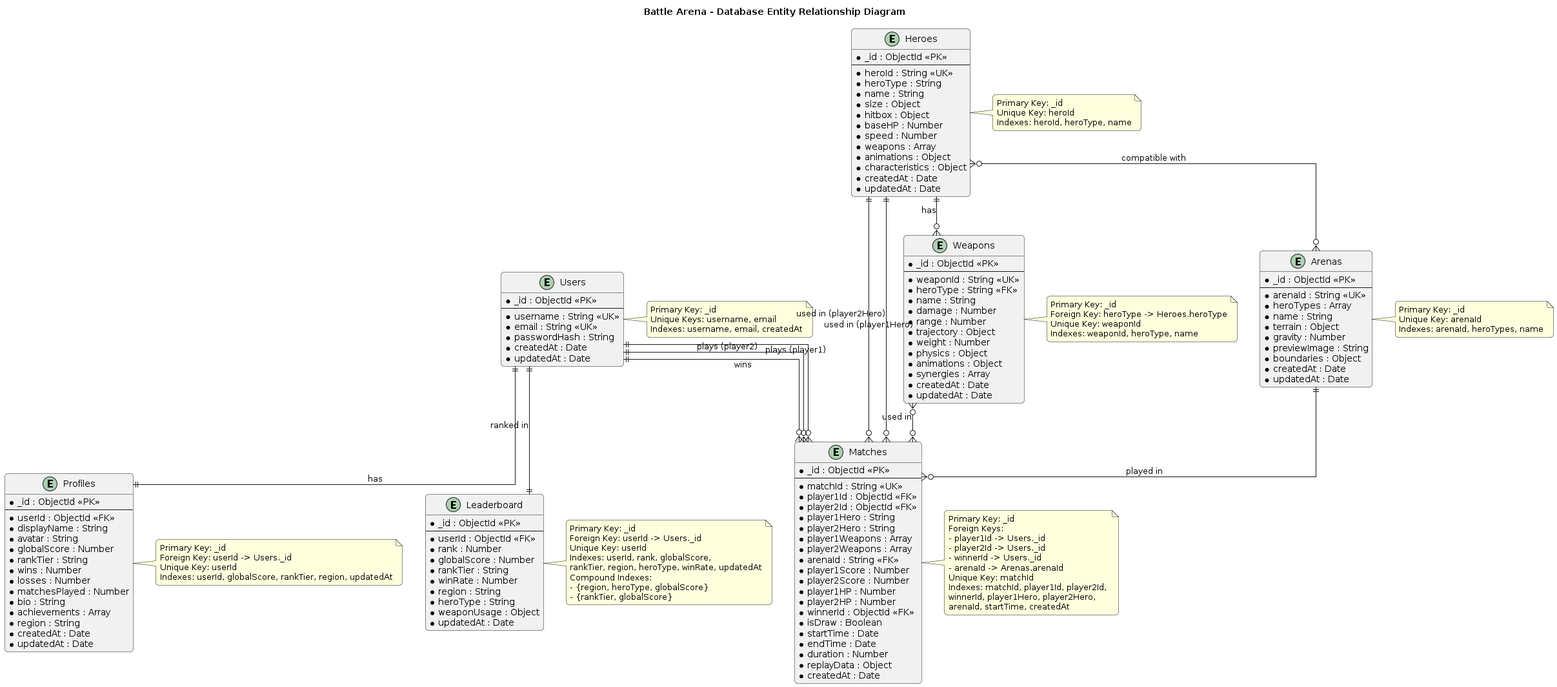
The PlantUML diagram docs/03-DIAGRAMS/exported/er-diagrams/Database ER Diagram.png in Buffden/battle-arena, before a commit. The source it was exported from:
```plantuml
@startuml Database ER Diagram
skinparam linetype ortho
skinparam roundcorner 10
skinparam shadowing false

title Battle Arena - Database Entity Relationship Diagram

entity "Users" as users {
  * _id : ObjectId <<PK>>
  --
  * username : String <<UK>>
  * email : String <<UK>>
  * passwordHash : String
  * createdAt : Date
  * updatedAt : Date
}

entity "Profiles" as profiles {
  * _id : ObjectId <<PK>>
  --
  * userId : ObjectId <<FK>>
  * displayName : String
  * avatar : String
  * globalScore : Number
  * rankTier : String
  * wins : Number
  * losses : Number
  * matchesPlayed : Number
  * bio : String
  * achievements : Array
  * region : String
  * createdAt : Date
  * updatedAt : Date
}

entity "Matches" as matches {
  * _id : ObjectId <<PK>>
  --
  * matchId : String <<UK>>
  * player1Id : ObjectId <<FK>>
  * player2Id : ObjectId <<FK>>
  * player1Hero : String
  * player2Hero : String
  * player1Weapons : Array
  * player2Weapons : Array
  * arenaId : String <<FK>>
  * player1Score : Number
  * player2Score : Number
  * player1HP : Number
  * player2HP : Number
  * winnerId : ObjectId <<FK>>
  * isDraw : Boolean
  * startTime : Date
  * endTime : Date
  * duration : Number
  * replayData : Object
  * createdAt : Date
}

entity "Leaderboard" as leaderboard {
  * _id : ObjectId <<PK>>
  --
  * userId : ObjectId <<FK>>
  * rank : Number
  * globalScore : Number
  * rankTier : String
  * winRate : Number
  * region : String
  * heroType : String
  * weaponUsage : Object
  * updatedAt : Date
}

entity "Heroes" as heroes {
  * _id : ObjectId <<PK>>
  --
  * heroId : String <<UK>>
  * heroType : String
  * name : String
  * size : Object
  * hitbox : Object
  * baseHP : Number
  * speed : Number
  * weapons : Array
  * animations : Object
  * characteristics : Object
  * createdAt : Date
  * updatedAt : Date
}

entity "Weapons" as weapons {
  * _id : ObjectId <<PK>>
  --
  * weaponId : String <<UK>>
  * heroType : String <<FK>>
  * name : String
  * damage : Number
  * range : Number
  * trajectory : Object
  * weight : Number
  * physics : Object
  * animations : Object
  * synergies : Array
  * createdAt : Date
  * updatedAt : Date
}

entity "Arenas" as arenas {
  * _id : ObjectId <<PK>>
  --
  * arenaId : String <<UK>>
  * heroTypes : Array
  * name : String
  * terrain : Object
  * gravity : Number
  * previewImage : String
  * boundaries : Object
  * createdAt : Date
  * updatedAt : Date
}

users ||--|| profiles : "has"

users ||--o{ matches : "plays (player1)"
users ||--o{ matches : "plays (player2)"
users ||--o{ matches : "wins"

users ||--|| leaderboard : "ranked in"

heroes ||--o{ weapons : "has"

heroes }o--o{ arenas : "compatible with"

heroes ||--o{ matches : "used in (player1Hero)"
heroes ||--o{ matches : "used in (player2Hero)"

weapons }o--o{ matches : "used in"

arenas ||--o{ matches : "played in"

note right of users
  Primary Key: _id
  Unique Keys: username, email
  Indexes: username, email, createdAt
end note

note right of profiles
  Primary Key: _id
  Foreign Key: userId -> Users._id
  Unique Key: userId
  Indexes: userId, globalScore, rankTier, region, updatedAt
end note

note right of matches
  Primary Key: _id
  Foreign Keys:
  - player1Id -> Users._id
  - player2Id -> Users._id
  - winnerId -> Users._id
  - arenaId -> Arenas.arenaId
  Unique Key: matchId
  Indexes: matchId, player1Id, player2Id,
  winnerId, player1Hero, player2Hero,
  arenaId, startTime, createdAt
end note

note right of leaderboard
  Primary Key: _id
  Foreign Key: userId -> Users._id
  Unique Key: userId
  Indexes: userId, rank, globalScore,
  rankTier, region, heroType, winRate, updatedAt
  Compound Indexes:
  - {region, heroType, globalScore}
  - {rankTier, globalScore}
end note

note right of heroes
  Primary Key: _id
  Unique Key: heroId
  Indexes: heroId, heroType, name
end note

note right of weapons
  Primary Key: _id
  Foreign Key: heroType -> Heroes.heroType
  Unique Key: weaponId
  Indexes: weaponId, heroType, name
end note

note right of arenas
  Primary Key: _id
  Unique Key: arenaId
  Indexes: arenaId, heroTypes, name
end note

@enduml
```
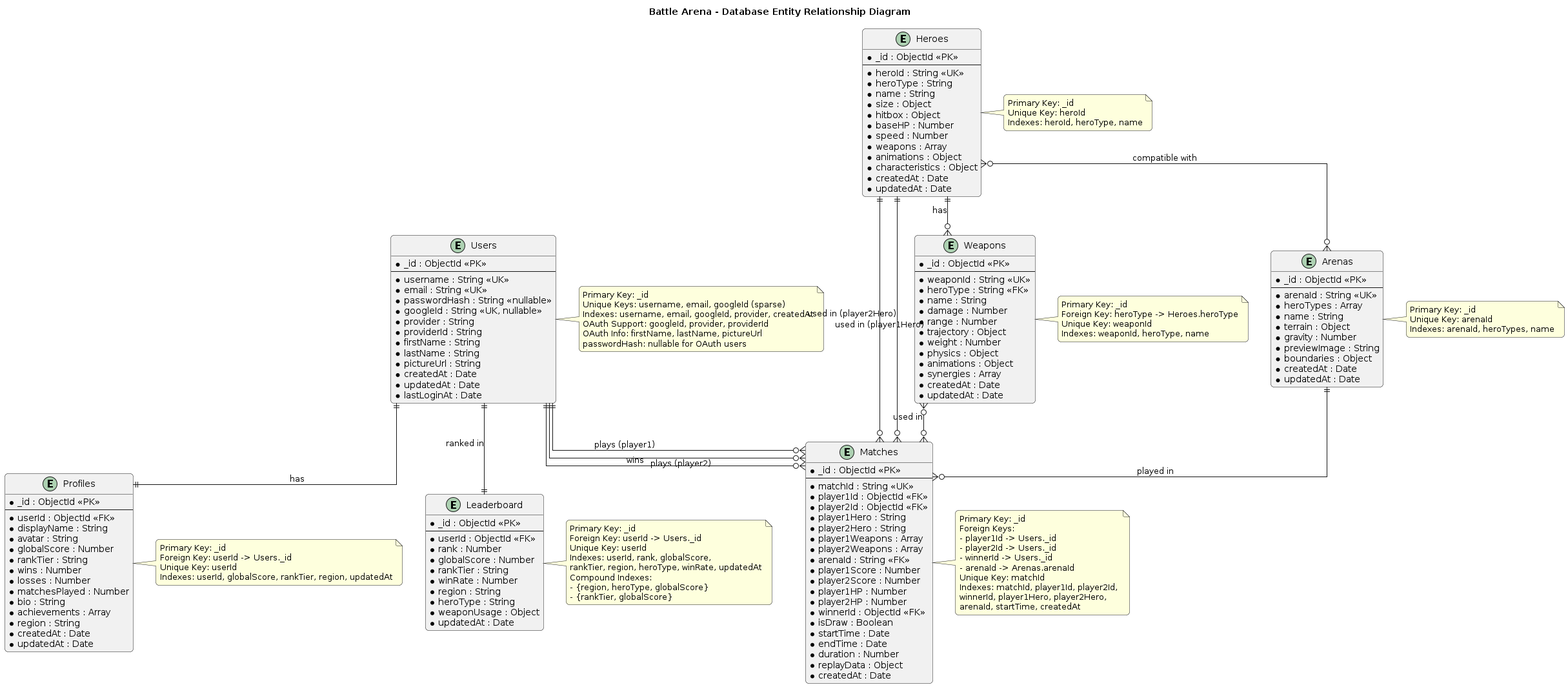
Above is the later version.

Change to the diagram source:
```diff
@@ -10,9 +10,16 @@
   --
   * username : String <<UK>>
   * email : String <<UK>>
-  * passwordHash : String
+  * passwordHash : String <<nullable>>
+  * googleId : String <<UK, nullable>>
+  * provider : String
+  * providerId : String
+  * firstName : String
+  * lastName : String
+  * pictureUrl : String
   * createdAt : Date
   * updatedAt : Date
+  * lastLoginAt : Date
 }
 
 entity "Profiles" as profiles {
@@ -140,8 +147,11 @@
 
 note right of users
   Primary Key: _id
-  Unique Keys: username, email
-  Indexes: username, email, createdAt
+  Unique Keys: username, email, googleId (sparse)
+  Indexes: username, email, googleId, provider, createdAt
+  OAuth Support: googleId, provider, providerId
+  OAuth Info: firstName, lastName, pictureUrl
+  passwordHash: nullable for OAuth users
 end note
 
 note right of profiles
```
